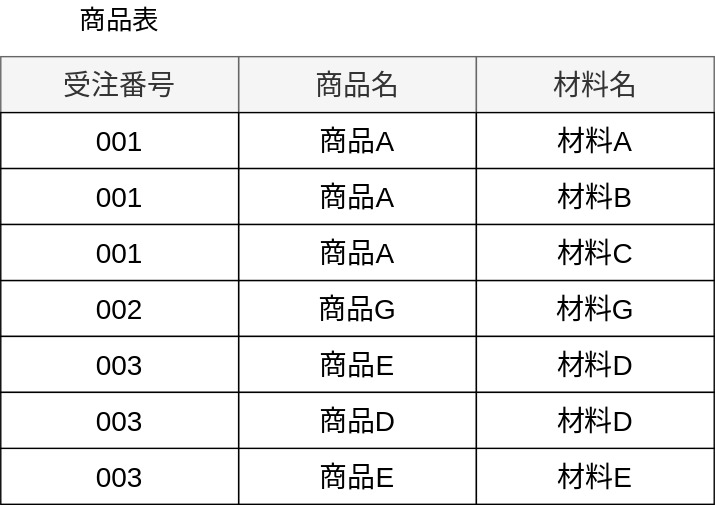
Earlier version of the draw.io export static/img/svg/Database/normalization/normalization-7.drawio.svg (koseki2580/study-docs). Source tidied: cells renumbered, new cells last; positions are measured from the earlier drawing's top-left corner, leaving out a move shared by most shapes. Its diagram source:
```xml
<mxGraphModel>
  <root>
    <mxCell id="0" />
    <mxCell id="1" parent="0" />
    <mxCell id="2" value="商品名" style="rounded=0;whiteSpace=wrap;html=1;fontSize=20;fillColor=#f5f5f5;fontColor=#333333;strokeColor=#666666;" parent="1" vertex="1">
      <mxGeometry x="170" y="40" width="170" height="40" as="geometry" />
    </mxCell>
    <mxCell id="3" value="商品A" style="rounded=0;whiteSpace=wrap;html=1;fontSize=20;" parent="1" vertex="1">
      <mxGeometry x="170" y="80" width="170" height="40" as="geometry" />
    </mxCell>
    <mxCell id="4" value="商品A" style="rounded=0;whiteSpace=wrap;html=1;fontSize=20;" parent="1" vertex="1">
      <mxGeometry x="170" y="120" width="170" height="40" as="geometry" />
    </mxCell>
    <mxCell id="5" value="商品G" style="rounded=0;whiteSpace=wrap;html=1;fontSize=20;" parent="1" vertex="1">
      <mxGeometry x="170" y="200" width="170" height="40" as="geometry" />
    </mxCell>
    <mxCell id="6" value="商品E" style="rounded=0;whiteSpace=wrap;html=1;fontSize=20;" parent="1" vertex="1">
      <mxGeometry x="170" y="320" width="170" height="40" as="geometry" />
    </mxCell>
    <mxCell id="7" value="材料名" style="rounded=0;whiteSpace=wrap;html=1;fontSize=20;fillColor=#f5f5f5;fontColor=#333333;strokeColor=#666666;fontStyle=0;" parent="1" vertex="1">
      <mxGeometry x="340" y="40" width="170" height="40" as="geometry" />
    </mxCell>
    <mxCell id="8" value="材料A" style="rounded=0;whiteSpace=wrap;html=1;fontSize=20;" parent="1" vertex="1">
      <mxGeometry x="340" y="80" width="170" height="40" as="geometry" />
    </mxCell>
    <mxCell id="9" value="材料G" style="rounded=0;whiteSpace=wrap;html=1;fontSize=20;" parent="1" vertex="1">
      <mxGeometry x="340" y="200" width="170" height="40" as="geometry" />
    </mxCell>
    <mxCell id="10" value="材料E" style="rounded=0;whiteSpace=wrap;html=1;fontSize=20;" parent="1" vertex="1">
      <mxGeometry x="340" y="320" width="170" height="40" as="geometry" />
    </mxCell>
    <mxCell id="11" value="材料B" style="rounded=0;whiteSpace=wrap;html=1;fontSize=20;" parent="1" vertex="1">
      <mxGeometry x="340" y="120" width="170" height="40" as="geometry" />
    </mxCell>
    <mxCell id="12" value="受注番号" style="rounded=0;whiteSpace=wrap;html=1;fontSize=20;fillColor=#f5f5f5;fontColor=#333333;strokeColor=#666666;fontStyle=0;" parent="1" vertex="1">
      <mxGeometry y="40" width="170" height="40" as="geometry" />
    </mxCell>
    <mxCell id="13" value="001" style="rounded=0;whiteSpace=wrap;html=1;fontSize=20;" parent="1" vertex="1">
      <mxGeometry y="80" width="170" height="40" as="geometry" />
    </mxCell>
    <mxCell id="14" value="002" style="rounded=0;whiteSpace=wrap;html=1;fontSize=20;" parent="1" vertex="1">
      <mxGeometry y="200" width="170" height="40" as="geometry" />
    </mxCell>
    <mxCell id="15" value="003" style="rounded=0;whiteSpace=wrap;html=1;fontSize=20;" parent="1" vertex="1">
      <mxGeometry y="320" width="170" height="40" as="geometry" />
    </mxCell>
    <mxCell id="16" value="001" style="rounded=0;whiteSpace=wrap;html=1;fontSize=20;" parent="1" vertex="1">
      <mxGeometry y="120" width="170" height="40" as="geometry" />
    </mxCell>
    <mxCell id="17" value="商品表" style="text;html=1;strokeColor=none;fillColor=none;align=center;verticalAlign=middle;whiteSpace=wrap;rounded=0;fontSize=19;" parent="1" vertex="1">
      <mxGeometry width="170" height="30" as="geometry" />
    </mxCell>
    <mxCell id="18" value="商品A" style="rounded=0;whiteSpace=wrap;html=1;fontSize=20;" parent="1" vertex="1">
      <mxGeometry x="170" y="160" width="170" height="40" as="geometry" />
    </mxCell>
    <mxCell id="19" value="材料C" style="rounded=0;whiteSpace=wrap;html=1;fontSize=20;" parent="1" vertex="1">
      <mxGeometry x="340" y="160" width="170" height="40" as="geometry" />
    </mxCell>
    <mxCell id="20" value="001" style="rounded=0;whiteSpace=wrap;html=1;fontSize=20;" parent="1" vertex="1">
      <mxGeometry y="160" width="170" height="40" as="geometry" />
    </mxCell>
    <mxCell id="21" value="商品E" style="rounded=0;whiteSpace=wrap;html=1;fontSize=20;" parent="1" vertex="1">
      <mxGeometry x="170" y="240" width="170" height="40" as="geometry" />
    </mxCell>
    <mxCell id="22" value="商品D" style="rounded=0;whiteSpace=wrap;html=1;fontSize=20;" parent="1" vertex="1">
      <mxGeometry x="170" y="280" width="170" height="40" as="geometry" />
    </mxCell>
    <mxCell id="23" value="材料D" style="rounded=0;whiteSpace=wrap;html=1;fontSize=20;" parent="1" vertex="1">
      <mxGeometry x="340" y="240" width="170" height="40" as="geometry" />
    </mxCell>
    <mxCell id="24" value="材料D" style="rounded=0;whiteSpace=wrap;html=1;fontSize=20;" parent="1" vertex="1">
      <mxGeometry x="340" y="280" width="170" height="40" as="geometry" />
    </mxCell>
    <mxCell id="25" value="003" style="rounded=0;whiteSpace=wrap;html=1;fontSize=20;" parent="1" vertex="1">
      <mxGeometry y="240" width="170" height="40" as="geometry" />
    </mxCell>
    <mxCell id="26" value="003" style="rounded=0;whiteSpace=wrap;html=1;fontSize=20;" parent="1" vertex="1">
      <mxGeometry y="280" width="170" height="40" as="geometry" />
    </mxCell>
  </root>
</mxGraphModel>
```
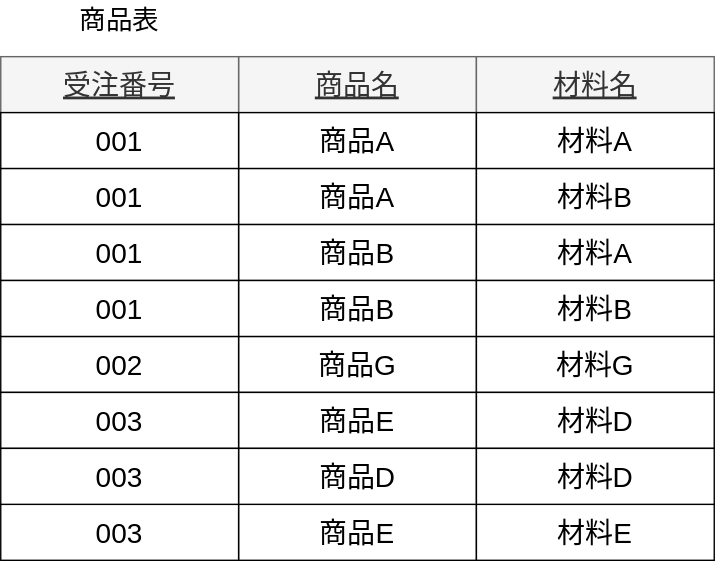
Later version of the same file.

Change to the diagram source:
```diff
@@ -2,7 +2,7 @@
   <root>
     <mxCell id="0" />
     <mxCell id="1" parent="0" />
-    <mxCell id="2" value="商品名" style="rounded=0;whiteSpace=wrap;html=1;fontSize=20;fillColor=#f5f5f5;fontColor=#333333;strokeColor=#666666;" parent="1" vertex="1">
+    <mxCell id="2" value="商品名" style="rounded=0;whiteSpace=wrap;html=1;fontSize=20;fillColor=#f5f5f5;fontColor=#333333;strokeColor=#666666;fontStyle=4;" parent="1" vertex="1">
       <mxGeometry x="170" y="40" width="170" height="40" as="geometry" />
     </mxCell>
     <mxCell id="3" value="商品A" style="rounded=0;whiteSpace=wrap;html=1;fontSize=20;" parent="1" vertex="1">
@@ -12,37 +12,37 @@
       <mxGeometry x="170" y="120" width="170" height="40" as="geometry" />
     </mxCell>
     <mxCell id="5" value="商品G" style="rounded=0;whiteSpace=wrap;html=1;fontSize=20;" parent="1" vertex="1">
-      <mxGeometry x="170" y="200" width="170" height="40" as="geometry" />
+      <mxGeometry x="170" y="240" width="170" height="40" as="geometry" />
     </mxCell>
     <mxCell id="6" value="商品E" style="rounded=0;whiteSpace=wrap;html=1;fontSize=20;" parent="1" vertex="1">
-      <mxGeometry x="170" y="320" width="170" height="40" as="geometry" />
+      <mxGeometry x="170" y="360" width="170" height="40" as="geometry" />
     </mxCell>
-    <mxCell id="7" value="材料名" style="rounded=0;whiteSpace=wrap;html=1;fontSize=20;fillColor=#f5f5f5;fontColor=#333333;strokeColor=#666666;fontStyle=0;" parent="1" vertex="1">
+    <mxCell id="7" value="材料名" style="rounded=0;whiteSpace=wrap;html=1;fontSize=20;fillColor=#f5f5f5;fontColor=#333333;strokeColor=#666666;fontStyle=4;" parent="1" vertex="1">
       <mxGeometry x="340" y="40" width="170" height="40" as="geometry" />
     </mxCell>
     <mxCell id="8" value="材料A" style="rounded=0;whiteSpace=wrap;html=1;fontSize=20;" parent="1" vertex="1">
       <mxGeometry x="340" y="80" width="170" height="40" as="geometry" />
     </mxCell>
     <mxCell id="9" value="材料G" style="rounded=0;whiteSpace=wrap;html=1;fontSize=20;" parent="1" vertex="1">
-      <mxGeometry x="340" y="200" width="170" height="40" as="geometry" />
+      <mxGeometry x="340" y="240" width="170" height="40" as="geometry" />
     </mxCell>
     <mxCell id="10" value="材料E" style="rounded=0;whiteSpace=wrap;html=1;fontSize=20;" parent="1" vertex="1">
-      <mxGeometry x="340" y="320" width="170" height="40" as="geometry" />
+      <mxGeometry x="340" y="360" width="170" height="40" as="geometry" />
     </mxCell>
     <mxCell id="11" value="材料B" style="rounded=0;whiteSpace=wrap;html=1;fontSize=20;" parent="1" vertex="1">
       <mxGeometry x="340" y="120" width="170" height="40" as="geometry" />
     </mxCell>
-    <mxCell id="12" value="受注番号" style="rounded=0;whiteSpace=wrap;html=1;fontSize=20;fillColor=#f5f5f5;fontColor=#333333;strokeColor=#666666;fontStyle=0;" parent="1" vertex="1">
+    <mxCell id="12" value="受注番号" style="rounded=0;whiteSpace=wrap;html=1;fontSize=20;fillColor=#f5f5f5;fontColor=#333333;strokeColor=#666666;fontStyle=4;" parent="1" vertex="1">
       <mxGeometry y="40" width="170" height="40" as="geometry" />
     </mxCell>
     <mxCell id="13" value="001" style="rounded=0;whiteSpace=wrap;html=1;fontSize=20;" parent="1" vertex="1">
       <mxGeometry y="80" width="170" height="40" as="geometry" />
     </mxCell>
     <mxCell id="14" value="002" style="rounded=0;whiteSpace=wrap;html=1;fontSize=20;" parent="1" vertex="1">
-      <mxGeometry y="200" width="170" height="40" as="geometry" />
+      <mxGeometry y="240" width="170" height="40" as="geometry" />
     </mxCell>
     <mxCell id="15" value="003" style="rounded=0;whiteSpace=wrap;html=1;fontSize=20;" parent="1" vertex="1">
-      <mxGeometry y="320" width="170" height="40" as="geometry" />
+      <mxGeometry y="360" width="170" height="40" as="geometry" />
     </mxCell>
     <mxCell id="16" value="001" style="rounded=0;whiteSpace=wrap;html=1;fontSize=20;" parent="1" vertex="1">
       <mxGeometry y="120" width="170" height="40" as="geometry" />
@@ -50,32 +50,41 @@
     <mxCell id="17" value="商品表" style="text;html=1;strokeColor=none;fillColor=none;align=center;verticalAlign=middle;whiteSpace=wrap;rounded=0;fontSize=19;" parent="1" vertex="1">
       <mxGeometry width="170" height="30" as="geometry" />
     </mxCell>
-    <mxCell id="18" value="商品A" style="rounded=0;whiteSpace=wrap;html=1;fontSize=20;" parent="1" vertex="1">
+    <mxCell id="18" value="商品B" style="rounded=0;whiteSpace=wrap;html=1;fontSize=20;" parent="1" vertex="1">
       <mxGeometry x="170" y="160" width="170" height="40" as="geometry" />
     </mxCell>
-    <mxCell id="19" value="材料C" style="rounded=0;whiteSpace=wrap;html=1;fontSize=20;" parent="1" vertex="1">
+    <mxCell id="19" value="材料A" style="rounded=0;whiteSpace=wrap;html=1;fontSize=20;" parent="1" vertex="1">
       <mxGeometry x="340" y="160" width="170" height="40" as="geometry" />
     </mxCell>
     <mxCell id="20" value="001" style="rounded=0;whiteSpace=wrap;html=1;fontSize=20;" parent="1" vertex="1">
       <mxGeometry y="160" width="170" height="40" as="geometry" />
     </mxCell>
     <mxCell id="21" value="商品E" style="rounded=0;whiteSpace=wrap;html=1;fontSize=20;" parent="1" vertex="1">
-      <mxGeometry x="170" y="240" width="170" height="40" as="geometry" />
+      <mxGeometry x="170" y="280" width="170" height="40" as="geometry" />
     </mxCell>
     <mxCell id="22" value="商品D" style="rounded=0;whiteSpace=wrap;html=1;fontSize=20;" parent="1" vertex="1">
-      <mxGeometry x="170" y="280" width="170" height="40" as="geometry" />
+      <mxGeometry x="170" y="320" width="170" height="40" as="geometry" />
     </mxCell>
     <mxCell id="23" value="材料D" style="rounded=0;whiteSpace=wrap;html=1;fontSize=20;" parent="1" vertex="1">
-      <mxGeometry x="340" y="240" width="170" height="40" as="geometry" />
+      <mxGeometry x="340" y="280" width="170" height="40" as="geometry" />
     </mxCell>
     <mxCell id="24" value="材料D" style="rounded=0;whiteSpace=wrap;html=1;fontSize=20;" parent="1" vertex="1">
-      <mxGeometry x="340" y="280" width="170" height="40" as="geometry" />
+      <mxGeometry x="340" y="320" width="170" height="40" as="geometry" />
     </mxCell>
     <mxCell id="25" value="003" style="rounded=0;whiteSpace=wrap;html=1;fontSize=20;" parent="1" vertex="1">
-      <mxGeometry y="240" width="170" height="40" as="geometry" />
+      <mxGeometry y="280" width="170" height="40" as="geometry" />
     </mxCell>
     <mxCell id="26" value="003" style="rounded=0;whiteSpace=wrap;html=1;fontSize=20;" parent="1" vertex="1">
-      <mxGeometry y="280" width="170" height="40" as="geometry" />
+      <mxGeometry y="320" width="170" height="40" as="geometry" />
     </mxCell>
+    <mxCell id="27" value="商品B" style="rounded=0;whiteSpace=wrap;html=1;fontSize=20;" parent="1" vertex="1">
+      <mxGeometry x="170" y="200" width="170" height="40" as="geometry" />
+    </mxCell>
+    <mxCell id="28" value="材料B" style="rounded=0;whiteSpace=wrap;html=1;fontSize=20;" parent="1" vertex="1">
+      <mxGeometry x="340" y="200" width="170" height="40" as="geometry" />
+    </mxCell>
+    <mxCell id="29" value="001" style="rounded=0;whiteSpace=wrap;html=1;fontSize=20;" parent="1" vertex="1">
+      <mxGeometry y="200" width="170" height="40" as="geometry" />
+    </mxCell>
   </root>
 </mxGraphModel>
```
